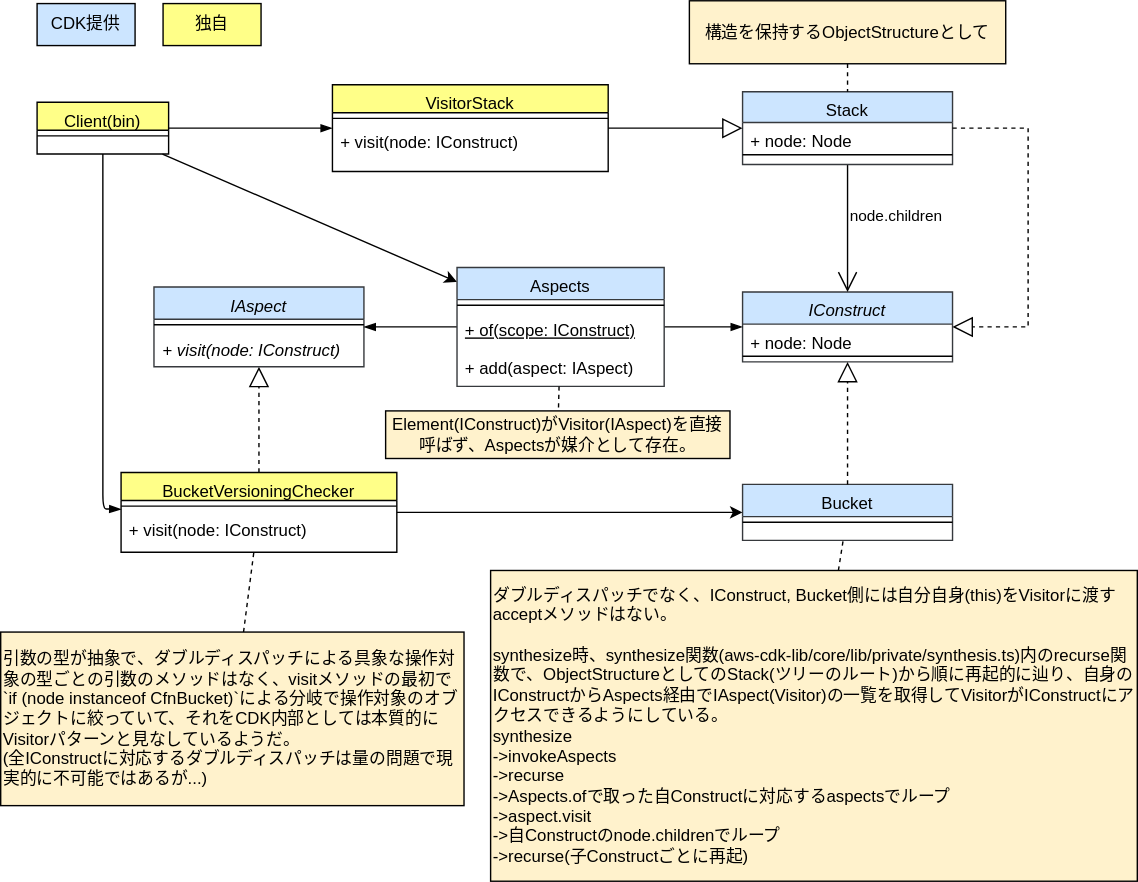
Earlier version of the draw.io export drawio/visitor/visitor-cdk-simplified.drawio.svg (go-to-k/cdk-gof-design-pattern). Source tidied: cells renumbered, new cells last; positions are measured from the earlier drawing's top-left corner, leaving out a move shared by most shapes.
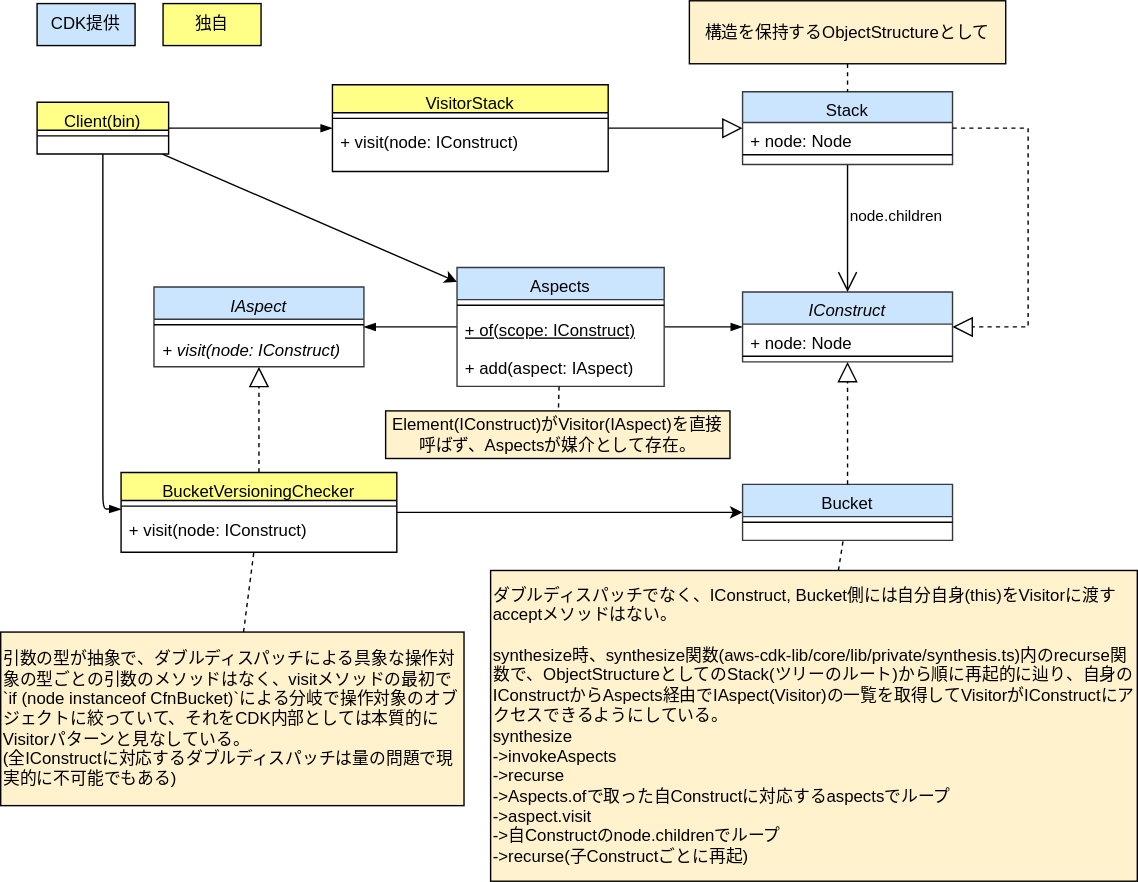
The same file after the commit.

Commit message:
update visitor diagrams

Diff of the diagram source:
```diff
@@ -53,7 +53,7 @@
     <mxCell id="18" style="edgeStyle=none;html=1;strokeColor=#000000;endArrow=none;endFill=0;dashed=1;" parent="1" edge="1" source="19" target="5">
       <mxGeometry relative="1" as="geometry" />
     </mxCell>
-    <mxCell id="19" value="引数の型が抽象で、ダブルディスパッチによる具象な操作対象の型ごとの引数のメソッドはなく、visitメソッドの最初で`if (node instanceof CfnBucket)`による分岐で操作対象のオブジェクトに絞っていて、それをCDK内部としては本質的にVisitorパターンと見なしているようだ。&lt;br&gt;(全IConstructに対応するダブルディスパッチは量の問題で現実的に不可能ではあるが...)" style="text;html=1;strokeColor=#000000;fillColor=#fff2cc;align=left;verticalAlign=middle;whiteSpace=wrap;rounded=0;fontColor=#000000;" parent="1" vertex="1">
+    <mxCell id="19" value="引数の型が抽象で、ダブルディスパッチによる具象な操作対象の型ごとの引数のメソッドはなく、visitメソッドの最初で`if (node instanceof CfnBucket)`による分岐で操作対象のオブジェクトに絞っていて、それをCDK内部としては本質的にVisitorパターンと見なしている。&lt;br&gt;(全IConstructに対応するダブルディスパッチは量の問題で現実的に不可能でもある)" style="text;html=1;strokeColor=#000000;fillColor=#fff2cc;align=left;verticalAlign=middle;whiteSpace=wrap;rounded=0;fontColor=#000000;" parent="1" vertex="1">
       <mxGeometry y="451" width="331" height="124" as="geometry" />
     </mxCell>
     <mxCell id="20" style="edgeStyle=none;html=1;dashed=1;strokeColor=#000000;endArrow=none;endFill=0;" parent="1" edge="1" source="21" target="12">
```
